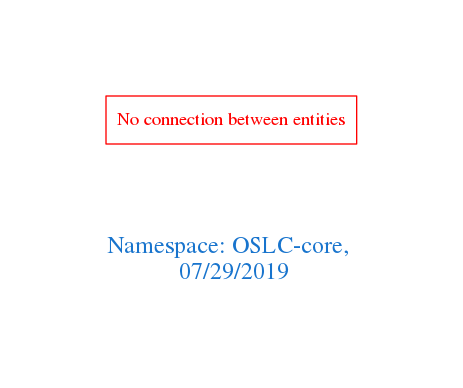
This is downloads/OSLC-core.png from arago/OGIT, a Graphviz export, as it was before one commit. Its source is kept beside it as downloads/OSLC-core.dot.
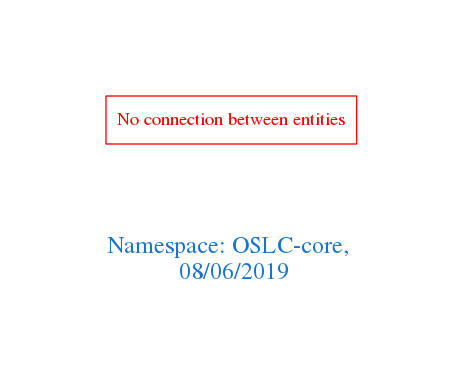
Later version of the same file.

Change to the diagram source:
```diff
@@ -1,7 +1,7 @@
 digraph OGIT_ontology {
  graph [ rankdir= LR,pad=1
 fontsize = 18,
-fontcolor= dodgerblue3,label = "\n\n\nNamespace: OSLC-core, \n 07/29/2019"];
+fontcolor= dodgerblue3,label = "\n\n\nNamespace: OSLC-core, \n 08/06/2019"];
 node[shape=polygon];
 edge [  color="gray81"];
 
```
